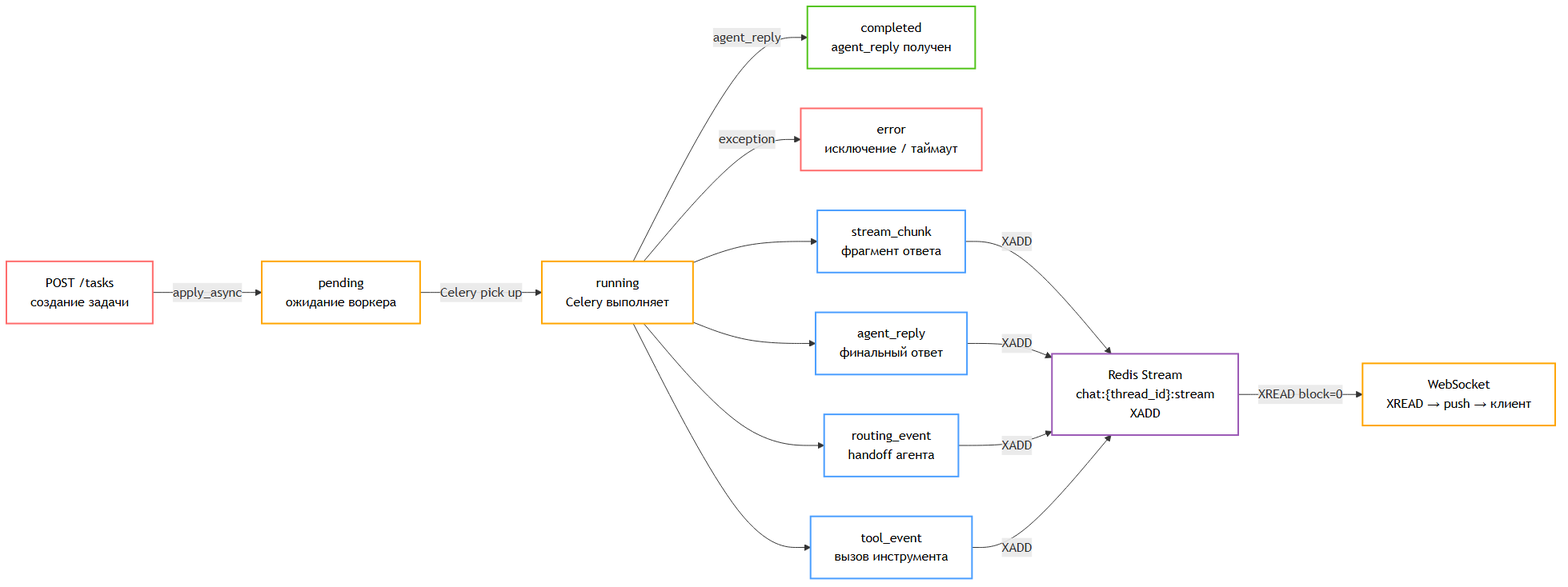
Earlier version of the Mermaid export img/fig_2_5_task_lifecycle.png (deneal123/AgentsSwarm). Its source is kept beside it as mmd/fig_2_5_task_lifecycle.mmd. The source it was exported from:
```mermaid
graph LR
    POST["POST /tasks\nсоздание задачи"]
    Pending["pending\nожидание воркера"]
    Running["running\nCelery выполняет"]
    Completed["completed\nagent_reply получен"]
    Error["error\nисключение / таймаут"]

    StreamChunk["stream_chunk\nфрагмент ответа"]
    AgentReply["agent_reply\nфинальный ответ"]
    RoutingEvent["routing_event\nhandoff агента"]
    ToolEvent["tool_event\nвызов инструмента"]

    RedisStream["Redis Stream\nchat:{thread_id}:stream\nXADD"]
    WebSocket["WebSocket\nXREAD → push → клиент"]

    POST -->|"apply_async"| Pending
    Pending -->|"Celery pick up"| Running
    Running -->|"agent_reply"| Completed
    Running -->|"exception"| Error

    Running --> StreamChunk & AgentReply & RoutingEvent & ToolEvent
    StreamChunk & AgentReply & RoutingEvent & ToolEvent -->|"XADD"| RedisStream
    RedisStream -->|"XREAD block=0"| WebSocket

    style POST fill:none,stroke:#ff6b6b,stroke-width:2px,color:#000
    style Pending fill:none,stroke:#ffa500,stroke-width:2px,color:#000
    style Running fill:none,stroke:#ffa500,stroke-width:2px,color:#000
    style Completed fill:none,stroke:#52c41a,stroke-width:2px,color:#000
    style Error fill:none,stroke:#ff6b6b,stroke-width:2px,color:#000
    style StreamChunk fill:none,stroke:#4a9eff,stroke-width:2px,color:#000
    style AgentReply fill:none,stroke:#4a9eff,stroke-width:2px,color:#000
    style RoutingEvent fill:none,stroke:#4a9eff,stroke-width:2px,color:#000
    style ToolEvent fill:none,stroke:#4a9eff,stroke-width:2px,color:#000
    style RedisStream fill:none,stroke:#9b59b6,stroke-width:2px,color:#000
    style WebSocket fill:none,stroke:#ffa500,stroke-width:2px,color:#000
```
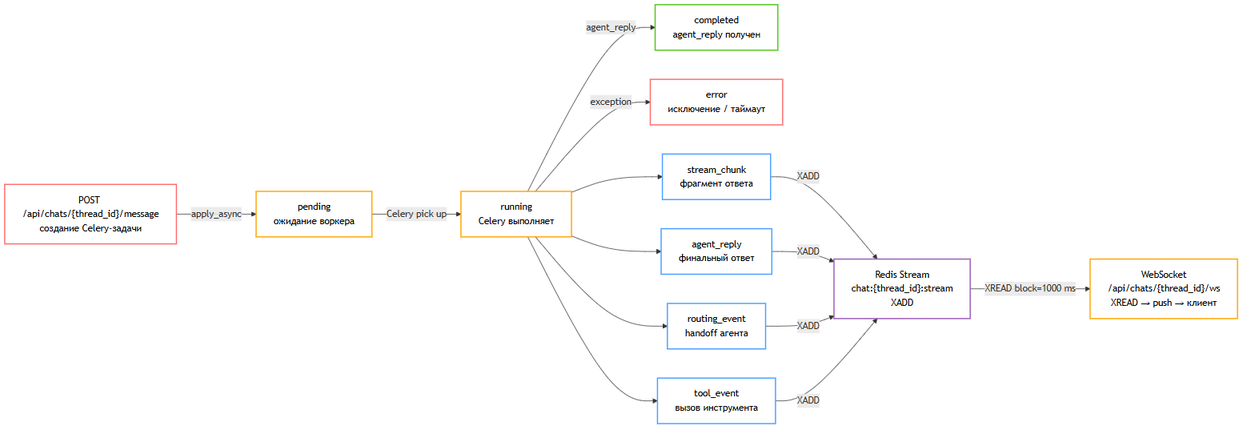
Later version of the same file.

What changed in the source:
```diff
@@ -1,5 +1,5 @@
 graph LR
-    POST["POST /tasks\nсоздание задачи"]
+    POST["POST /api/chats/{thread_id}/message\nсоздание Celery-задачи"]
     Pending["pending\nожидание воркера"]
     Running["running\nCelery выполняет"]
     Completed["completed\nagent_reply получен"]
@@ -11,7 +11,7 @@
     ToolEvent["tool_event\nвызов инструмента"]
 
     RedisStream["Redis Stream\nchat:{thread_id}:stream\nXADD"]
-    WebSocket["WebSocket\nXREAD → push → клиент"]
+    WebSocket["WebSocket\n/api/chats/{thread_id}/ws\nXREAD → push → клиент"]
 
     POST -->|"apply_async"| Pending
     Pending -->|"Celery pick up"| Running
@@ -20,7 +20,7 @@
 
     Running --> StreamChunk & AgentReply & RoutingEvent & ToolEvent
     StreamChunk & AgentReply & RoutingEvent & ToolEvent -->|"XADD"| RedisStream
-    RedisStream -->|"XREAD block=0"| WebSocket
+    RedisStream -->|"XREAD block=1000 ms"| WebSocket
 
     style POST fill:none,stroke:#ff6b6b,stroke-width:2px,color:#000
     style Pending fill:none,stroke:#ffa500,stroke-width:2px,color:#000
```
